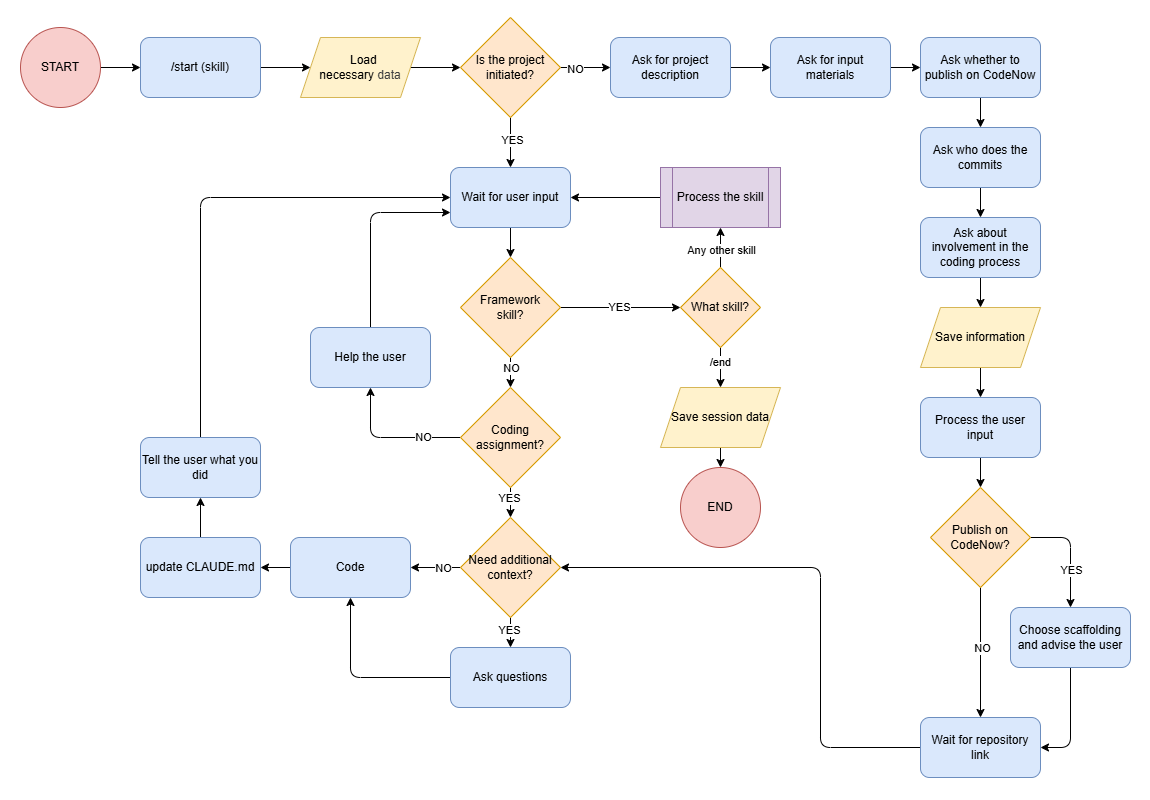
The draw.io diagram assistant_session_workflow.png in mkik12/claude-code-project-setup, before a commit. Source tidied: cells renumbered, new cells last; positions are measured from the earlier drawing's top-left corner, leaving out a move shared by most shapes.
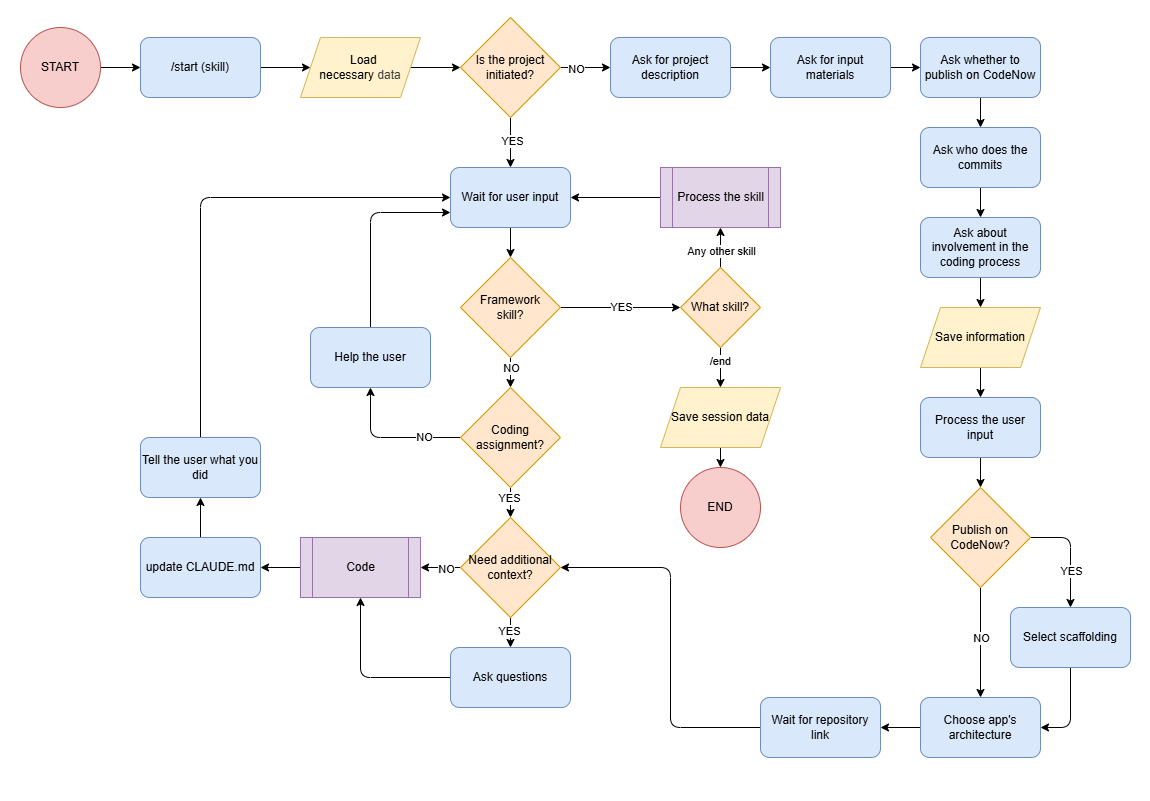
Later version of the same file.

Commit message:
Assistant flowchart is 95.5 % correct.

Change to the diagram source:
```diff
@@ -68,43 +68,37 @@
     <mxCell id="23" value="Save information" style="shape=parallelogram;perimeter=parallelogramPerimeter;whiteSpace=wrap;html=1;fixedSize=1;fillColor=#fff2cc;strokeColor=#d6b656;" parent="1" vertex="1">
       <mxGeometry x="920" y="307" width="120" height="60" as="geometry" />
     </mxCell>
-    <mxCell id="24" style="edgeStyle=none;html=1;entryX=1;entryY=0.5;entryDx=0;entryDy=0;" parent="1" edge="1" source="25" target="27">
-      <mxGeometry relative="1" as="geometry">
-        <Array as="points">
-          <mxPoint x="1070" y="747" />
-        </Array>
-      </mxGeometry>
-    </mxCell>
+    <mxCell id="74" style="edgeStyle=none;html=1;entryX=1;entryY=0.5;entryDx=0;entryDy=0;" parent="1" edge="1" source="25" target="79">
+      <mxGeometry relative="1" as="geometry">
+        <Array as="points">
+          <mxPoint x="1070" y="727" />
+        </Array>
+      </mxGeometry>
+    </mxCell>
-    <mxCell id="25" value="Choose scaffolding and advise the user" style="rounded=1;whiteSpace=wrap;html=1;fillColor=#dae8fc;strokeColor=#6c8ebf;" parent="1" vertex="1">
+    <mxCell id="25" value="Select scaffolding" style="rounded=1;whiteSpace=wrap;html=1;fillColor=#dae8fc;strokeColor=#6c8ebf;" parent="1" vertex="1">
       <mxGeometry x="1010" y="607" width="120" height="60" as="geometry" />
     </mxCell>
     <mxCell id="26" style="edgeStyle=none;html=1;entryX=1;entryY=0.5;entryDx=0;entryDy=0;" parent="1" edge="1" source="27" target="45">
       <mxGeometry relative="1" as="geometry">
         <Array as="points">
-          <mxPoint x="820" y="747" />
-          <mxPoint x="820" y="567" />
+          <mxPoint x="670" y="727" />
+          <mxPoint x="670" y="567" />
         </Array>
       </mxGeometry>
     </mxCell>
     <mxCell id="27" value="Wait for repository link" style="rounded=1;whiteSpace=wrap;html=1;fillColor=#dae8fc;strokeColor=#6c8ebf;" parent="1" vertex="1">
-      <mxGeometry x="920" y="717" width="120" height="60" as="geometry" />
+      <mxGeometry x="760" y="697" width="120" height="60" as="geometry" />
     </mxCell>
-    <mxCell id="28" style="edgeStyle=none;html=1;entryX=0.5;entryY=1;entryDx=0;entryDy=0;exitX=0;exitY=0.5;exitDx=0;exitDy=0;" parent="1" edge="1" source="29" target="31">
+    <mxCell id="28" style="edgeStyle=none;html=1;entryX=0.5;entryY=1;entryDx=0;entryDy=0;" parent="1" edge="1" source="29" target="31">
       <mxGeometry relative="1" as="geometry">
         <Array as="points">
-          <mxPoint x="350" y="677" />
+          <mxPoint x="360" y="677" />
         </Array>
       </mxGeometry>
     </mxCell>
     <mxCell id="29" value="Ask questions" style="rounded=1;whiteSpace=wrap;html=1;fillColor=#dae8fc;strokeColor=#6c8ebf;" parent="1" vertex="1">
       <mxGeometry x="450" y="647" width="120" height="60" as="geometry" />
     </mxCell>
-    <mxCell id="30" style="edgeStyle=none;html=1;" parent="1" edge="1" source="31" target="33">
-      <mxGeometry relative="1" as="geometry" />
-    </mxCell>
-    <mxCell id="31" value="Code" style="rounded=1;whiteSpace=wrap;html=1;fillColor=#dae8fc;strokeColor=#6c8ebf;" parent="1" vertex="1">
-      <mxGeometry x="290" y="537" width="120" height="60" as="geometry" />
-    </mxCell>
     <mxCell id="32" style="edgeStyle=none;html=1;" parent="1" edge="1" source="33" target="64">
       <mxGeometry relative="1" as="geometry" />
     </mxCell>
@@ -132,18 +126,18 @@
     <mxCell id="40" value="Wait for user input" style="rounded=1;whiteSpace=wrap;html=1;fillColor=#dae8fc;strokeColor=#6c8ebf;" parent="1" vertex="1">
       <mxGeometry x="450" y="167" width="120" height="60" as="geometry" />
     </mxCell>
-    <mxCell id="41" style="edgeStyle=none;html=1;" parent="1" edge="1" source="45" target="31">
-      <mxGeometry relative="1" as="geometry" />
-    </mxCell>
-    <mxCell id="42" value="NO" style="edgeLabel;html=1;align=center;verticalAlign=middle;" parent="41" vertex="1">
-      <mxGeometry x="-0.27" relative="1" as="geometry" />
-    </mxCell>
     <mxCell id="43" style="edgeStyle=none;html=1;" parent="1" edge="1" source="45" target="29">
       <mxGeometry relative="1" as="geometry" />
     </mxCell>
     <mxCell id="44" value="YES" style="edgeLabel;html=1;align=center;verticalAlign=middle;" parent="43" vertex="1">
       <mxGeometry x="-0.24" y="-2" relative="1" as="geometry" />
     </mxCell>
+    <mxCell id="41" style="edgeStyle=none;html=1;" parent="1" edge="1" source="45" target="31">
+      <mxGeometry relative="1" as="geometry" />
+    </mxCell>
+    <mxCell id="75" value="NO" style="edgeLabel;html=1;align=center;verticalAlign=middle;" parent="41" vertex="1">
+      <mxGeometry x="-0.23" y="1" relative="1" as="geometry" />
+    </mxCell>
     <mxCell id="45" value="Need additional context?" style="rhombus;whiteSpace=wrap;html=1;fillColor=#ffe6cc;strokeColor=#d79b00;" parent="1" vertex="1">
       <mxGeometry x="460" y="517" width="100" height="100" as="geometry" />
     </mxCell>
@@ -228,12 +222,6 @@
     <mxCell id="68" value="Process the user input" style="rounded=1;whiteSpace=wrap;html=1;fillColor=#dae8fc;strokeColor=#6c8ebf;" parent="1" vertex="1">
       <mxGeometry x="920" y="397" width="120" height="60" as="geometry" />
     </mxCell>
-    <mxCell id="69" style="edgeStyle=none;html=1;entryX=0.5;entryY=0;entryDx=0;entryDy=0;" parent="1" edge="1" source="73" target="27">
-      <mxGeometry relative="1" as="geometry" />
-    </mxCell>
-    <mxCell id="70" value="NO" style="edgeLabel;html=1;align=center;verticalAlign=middle;" parent="69" vertex="1">
-      <mxGeometry x="-0.06" y="1" relative="1" as="geometry" />
-    </mxCell>
     <mxCell id="71" style="edgeStyle=none;html=1;entryX=0.5;entryY=0;entryDx=0;entryDy=0;" parent="1" edge="1" source="73" target="25">
       <mxGeometry relative="1" as="geometry">
         <Array as="points">
@@ -244,8 +232,26 @@
     <mxCell id="72" value="YES" style="edgeLabel;html=1;align=center;verticalAlign=middle;" parent="71" vertex="1">
       <mxGeometry x="0.32" relative="1" as="geometry" />
     </mxCell>
+    <mxCell id="76" style="edgeStyle=none;html=1;" parent="1" edge="1" source="73" target="79">
+      <mxGeometry relative="1" as="geometry" />
+    </mxCell>
+    <mxCell id="77" value="NO" style="edgeLabel;html=1;align=center;verticalAlign=middle;" parent="76" vertex="1">
+      <mxGeometry x="-0.08" relative="1" as="geometry" />
+    </mxCell>
     <mxCell id="73" value="Publish on CodeNow?" style="rhombus;whiteSpace=wrap;html=1;fillColor=#ffe6cc;strokeColor=#d79b00;" parent="1" vertex="1">
       <mxGeometry x="930" y="487" width="100" height="100" as="geometry" />
     </mxCell>
+    <mxCell id="78" style="edgeStyle=none;html=1;" parent="1" edge="1" source="79" target="27">
+      <mxGeometry relative="1" as="geometry" />
+    </mxCell>
+    <mxCell id="79" value="Choose app's architecture" style="rounded=1;whiteSpace=wrap;html=1;fillColor=#dae8fc;strokeColor=#6c8ebf;" parent="1" vertex="1">
+      <mxGeometry x="920" y="697" width="120" height="60" as="geometry" />
+    </mxCell>
+    <mxCell id="30" style="edgeStyle=none;html=1;" parent="1" edge="1" source="31" target="33">
+      <mxGeometry relative="1" as="geometry" />
+    </mxCell>
+    <mxCell id="31" value="Code" style="shape=process;whiteSpace=wrap;html=1;backgroundOutline=1;fillColor=#e1d5e7;strokeColor=#9673a6;" parent="1" vertex="1">
+      <mxGeometry x="300" y="537" width="120" height="60" as="geometry" />
+    </mxCell>
   </root>
 </mxGraphModel>
```
